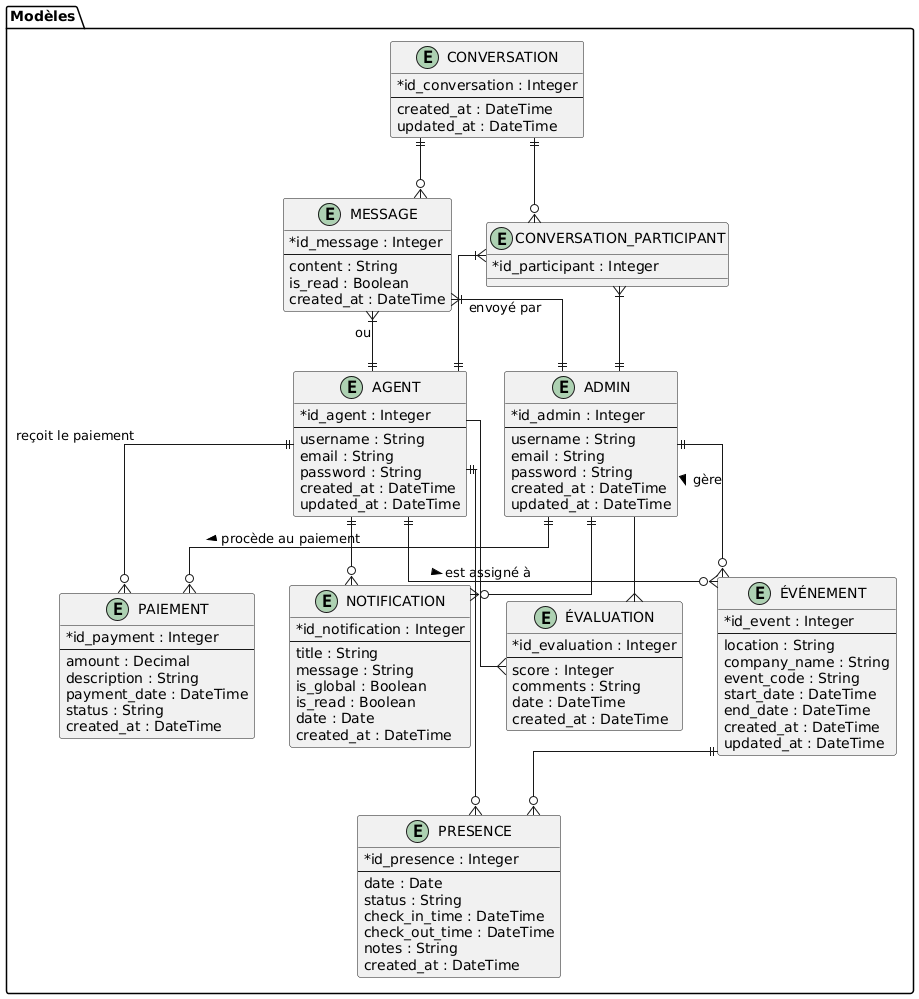
Earlier version of the PlantUML export diagramme_classe.png (cherica01/NVA_project-back-).
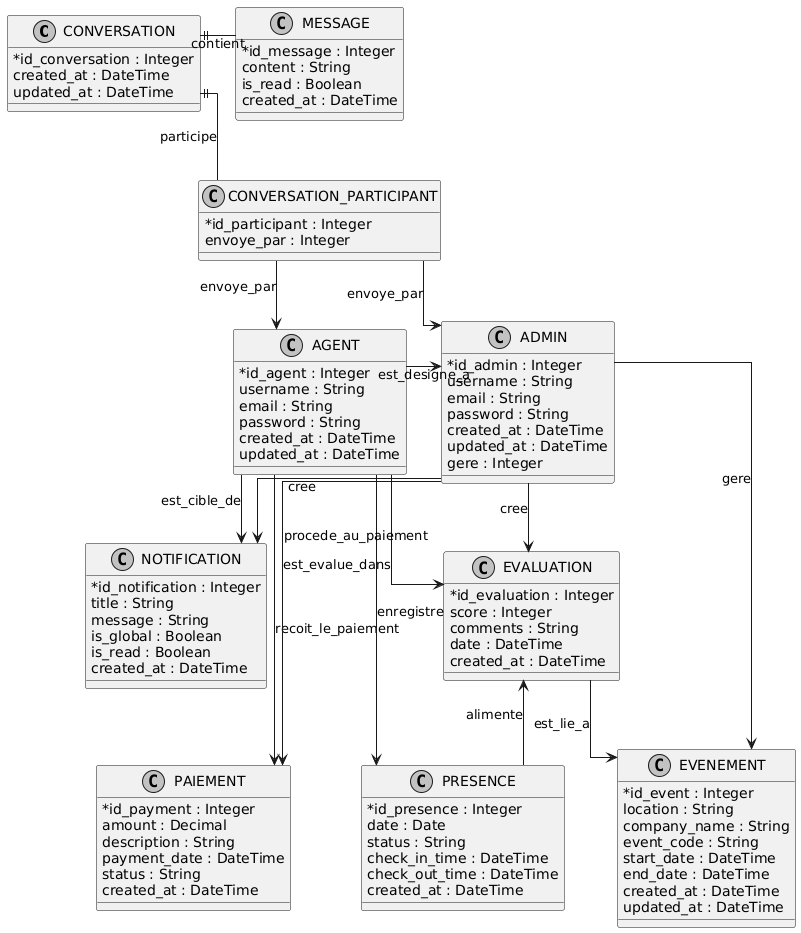
Later version of the same file.

What changed in the source:
```diff
@@ -1,125 +1,122 @@
 @startuml
+skinparam monochrome true
+skinparam classAttributeIconSize 0
 skinparam linetype ortho
-skinparam classAttributeIconSize 0
 
-package "Modèles" {
-
-  entity "ADMIN" as Admin {
-    *id_admin : Integer
-    --
-    username : String
-    email : String
-    password : String
-    created_at : DateTime
-    updated_at : DateTime
-  }
-
-  entity "AGENT" as Agent {
-    *id_agent : Integer
-    --
-    username : String
-    email : String
-    password : String
-    created_at : DateTime
-    updated_at : DateTime
-  }
-
-  entity "ÉVÉNEMENT" as Event {
-    *id_event : Integer
-    --
-    location : String
-    company_name : String
-    event_code : String
-    start_date : DateTime
-    end_date : DateTime
-    created_at : DateTime
-    updated_at : DateTime
-  }
-
-  entity "PRESENCE" as Presence {
-    *id_presence : Integer
-    --
-    date : Date
-    status : String
-    check_in_time : DateTime
-    check_out_time : DateTime
-    notes : String
-    created_at : DateTime
-  }
-
-  entity "PAIEMENT" as Payment {
-    *id_payment : Integer
-    --
-    amount : Decimal
-    description : String
-    payment_date : DateTime
-    status : String
-    created_at : DateTime
-  }
-
-  entity "NOTIFICATION" as Notification {
-    *id_notification : Integer
-    --
-    title : String
-    message : String
-    is_global : Boolean
-    is_read : Boolean
-    date : Date
-    created_at : DateTime
-  }
-
-  entity "ÉVALUATION" as Evaluation {
-    *id_evaluation : Integer
-    --
-    score : Integer
-    comments : String
-    date : DateTime
-    created_at : DateTime
-  }
-
-  entity "CONVERSATION" as Conversation {
-    *id_conversation : Integer
-    --
-    created_at : DateTime
-    updated_at : DateTime
-  }
-
-  entity "MESSAGE" as Message {
-    *id_message : Integer
-    --
-    content : String
-    is_read : Boolean
-    created_at : DateTime
-  }
-
-  entity "CONVERSATION_PARTICIPANT" as ConversationParticipant {
-    *id_participant : Integer
-  }
-
+class CONVERSATION {
+  *id_conversation : Integer
+  created_at : DateTime
+  updated_at : DateTime
 }
 
+class MESSAGE {
+  *id_message : Integer
+  content : String
+  is_read : Boolean
+  created_at : DateTime
+}
 
-Admin --{ Evaluation
-Agent --{ Evaluation
+class CONVERSATION_PARTICIPANT {
+  *id_participant : Integer
+  envoye_par : Integer
+}
 
-Admin ||--o{ Notification
-Agent ||--o{ Notification
+class AGENT {
+  *id_agent : Integer
+  username : String
+  email : String
+  password : String
+  created_at : DateTime
+  updated_at : DateTime
+}
 
-Admin ||--o{ Event : "gère >"
-Agent ||--o{ Event : "est assigné à >"
+class ADMIN {
+  *id_admin : Integer
+  username : String
+  email : String
+  password : String
+  created_at : DateTime
+  updated_at : DateTime
+  gere : Integer
+}
 
-Admin ||--o{ Payment : "procède au paiement >"
-Agent ||--o{ Payment : "reçoit le paiement"
+class NOTIFICATION {
+  *id_notification : Integer
+  title : String
+  message : String
+  is_global : Boolean
+  is_read : Boolean
+  created_at : DateTime
+}
 
-Agent ||--o{ Presence
-Event ||--o{ Presence
+class EVALUATION {
+  *id_evaluation : Integer
+  score : Integer
+  comments : String
+  date : DateTime
+  created_at : DateTime
+}
 
-Conversation ||--o{ Message
+class EVENEMENT {
+  *id_event : Integer
+  location : String
+  company_name : String
+  event_code : String
+  start_date : DateTime
+  end_date : DateTime
+  created_at : DateTime
+  updated_at : DateTime
+}
 
-Message }|--|| Admin : "envoyé par"
-Message }|--|| Agent : "ou"
+class PAIEMENT {
+  *id_payment : Integer
+  amount : Decimal
+  description : String
+  payment_date : DateTime
+  status : String
+  created_at : DateTime
+}
 
-Conversation ||--o{ ConversationParticipant
-ConversationParticipant }|--|| Admin
-ConversationParticipant }|--|| Agent
+class PRESENCE {
+  *id_presence : Integer
+  date : Date
+  status : String
+  check_in_time : DateTime
+  check_out_time : DateTime
+  created_at : DateTime
+}
+
+CONVERSATION ||-- MESSAGE : contient
+CONVERSATION ||-- CONVERSATION_PARTICIPANT : participe
+CONVERSATION_PARTICIPANT --> AGENT : envoye_par
+CONVERSATION_PARTICIPANT --> ADMIN : envoye_par
+AGENT --> NOTIFICATION : est_cible_de
+AGENT --> EVALUATION : est_evalue_dans
+AGENT --> PAIEMENT : recoit_le_paiement
+AGENT --> PRESENCE : enregistre
+AGENT --> ADMIN : est_designe_a
+ADMIN --> NOTIFICATION : cree
+ADMIN --> EVALUATION : cree
+ADMIN --> EVENEMENT : gere
+ADMIN --> PAIEMENT : procede_au_paiement
+EVALUATION --> EVENEMENT : est_lie_a
+PRESENCE --> EVALUATION : alimente
+
+CONVERSATION -[hidden]right- MESSAGE
+MESSAGE -[hidden]right- CONVERSATION_PARTICIPANT
+CONVERSATION_PARTICIPANT -[hidden]right- AGENT
+AGENT -[hidden]right- ADMIN
+ADMIN -[hidden]right- EVENEMENT
+AGENT -[hidden]down- NOTIFICATION
+NOTIFICATION -[hidden]right- EVALUATION
+NOTIFICATION -[hidden]down- PAIEMENT
+EVALUATION -[hidden]down- PRESENCE
+
+CONVERSATION -[hidden]right- MESSAGE : 2
+MESSAGE -[hidden]right- CONVERSATION_PARTICIPANT : 2
+CONVERSATION_PARTICIPANT -[hidden]right- AGENT : 3
+AGENT -[hidden]right- ADMIN : 3
+ADMIN -[hidden]right- EVENEMENT : 3
+NOTIFICATION -[hidden]right- EVALUATION : 2
+PAIEMENT -[hidden]right- PRESENCE : 2
 @enduml
```
